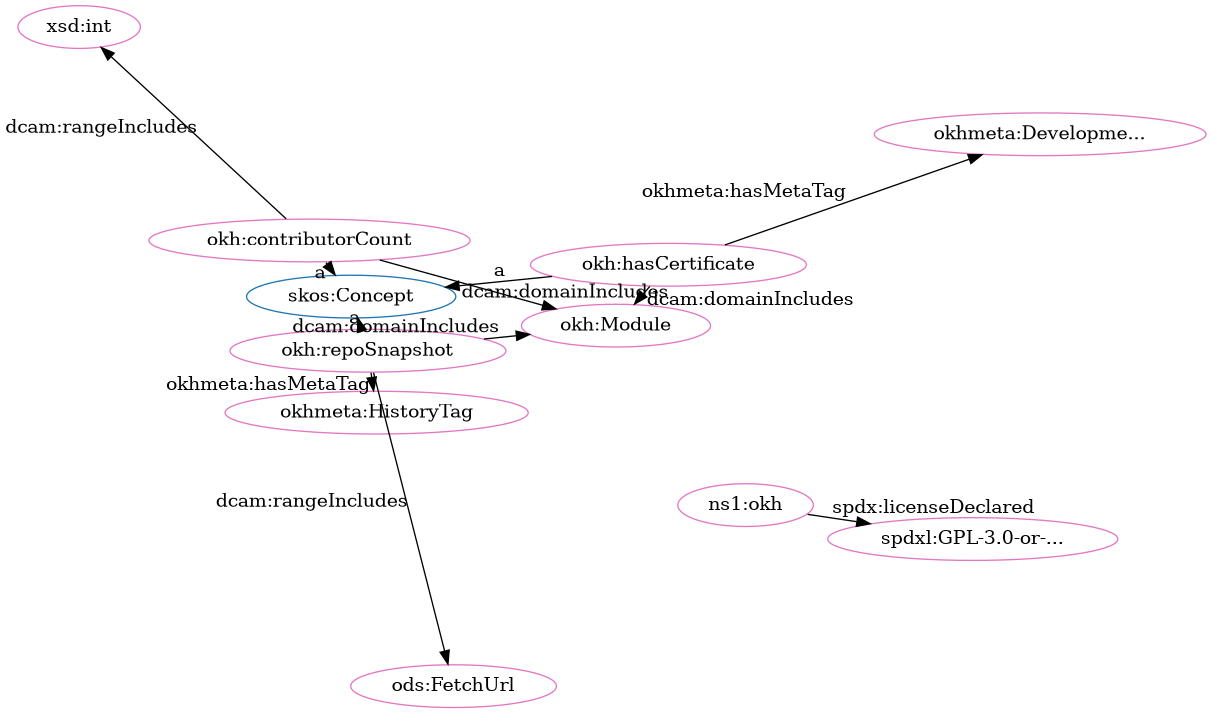
Earlier version of the Graphviz export src/spec/dot_okh_proposed-clean.png (iop-alliance/OpenKnowHow). Its source is kept beside it as src/spec/dot_okh_proposed-clean.dot.
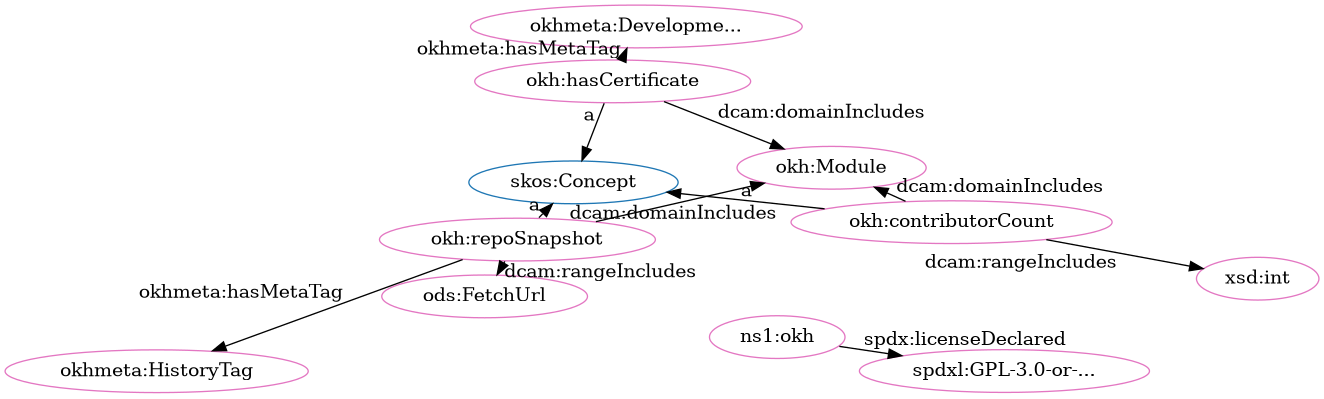
The same file after the commit.

What changed in the source:
```diff
@@ -2,25 +2,25 @@
   rankdir=BT
   node[height=.3]
 "http://www.w3.org/2004/02/skos/core#Concept" [fillcolor="#1f77b4" color="#1f77b4" label="skos:Concept"]
+"http://w3id.org/oseg/ont/okh#Module" [fillcolor="#e377c2" color="#e377c2" label="okh:Module"]
+"http://w3id.org/oseg/ont/okh" [fillcolor="#e377c2" color="#e377c2" label="ns1:okh"]
+"http://spdx.org/licenses/GPL-3.0-or-later" [fillcolor="#e377c2" color="#e377c2" label="spdxl:GPL-3.0-or-..."]
+"http://w3id.org/oseg/ont/ods#FetchUrl" [fillcolor="#e377c2" color="#e377c2" label="ods:FetchUrl"]
+"http://w3id.org/oseg/ont/okh#hasCertificate" [fillcolor="#e377c2" color="#e377c2" label="okh:hasCertificate"]
 "http://w3id.org/oseg/ont/okhmeta#DevelopmentTag" [fillcolor="#e377c2" color="#e377c2" label="okhmeta:Developme..."]
 "http://w3id.org/oseg/ont/okh#repoSnapshot" [fillcolor="#e377c2" color="#e377c2" label="okh:repoSnapshot"]
-"http://w3id.org/oseg/ont/okh#Module" [fillcolor="#e377c2" color="#e377c2" label="okh:Module"]
-"http://w3id.org/oseg/ont/okh#hasCertificate" [fillcolor="#e377c2" color="#e377c2" label="okh:hasCertificate"]
+"http://w3id.org/oseg/ont/okhmeta#HistoryTag" [fillcolor="#e377c2" color="#e377c2" label="okhmeta:HistoryTag"]
+"http://www.w3.org/2001/XMLSchema#int" [fillcolor="#e377c2" color="#e377c2" label="xsd:int"]
 "http://w3id.org/oseg/ont/okh#contributorCount" [fillcolor="#e377c2" color="#e377c2" label="okh:contributorCount"]
-"http://w3id.org/oseg/ont/okh" [fillcolor="#e377c2" color="#e377c2" label="ns1:okh"]
-"http://w3id.org/oseg/ont/okhmeta#HistoryTag" [fillcolor="#e377c2" color="#e377c2" label="okhmeta:HistoryTag"]
-"http://w3id.org/oseg/ont/ods#FetchUrl" [fillcolor="#e377c2" color="#e377c2" label="ods:FetchUrl"]
-"http://spdx.org/licenses/GPL-3.0-or-later" [fillcolor="#e377c2" color="#e377c2" label="spdxl:GPL-3.0-or-..."]
-"http://www.w3.org/2001/XMLSchema#int" [fillcolor="#e377c2" color="#e377c2" label="xsd:int"]
+  "http://w3id.org/oseg/ont/okh" -> "http://spdx.org/licenses/GPL-3.0-or-later" [label="spdx:licenseDeclared"]
   "http://w3id.org/oseg/ont/okh#repoSnapshot" -> "http://w3id.org/oseg/ont/ods#FetchUrl" [label="dcam:rangeIncludes"]
-  "http://w3id.org/oseg/ont/okh" -> "http://spdx.org/licenses/GPL-3.0-or-later" [label="spdx:licenseDeclared"]
-  "http://w3id.org/oseg/ont/okh#contributorCount" -> "http://www.w3.org/2004/02/skos/core#Concept" [label="a"]
-  "http://w3id.org/oseg/ont/okh#hasCertificate" -> "http://w3id.org/oseg/ont/okhmeta#DevelopmentTag" [label="okhmeta:hasMetaTag"]
-  "http://w3id.org/oseg/ont/okh#contributorCount" -> "http://w3id.org/oseg/ont/okh#Module" [label="dcam:domainIncludes"]
   "http://w3id.org/oseg/ont/okh#hasCertificate" -> "http://www.w3.org/2004/02/skos/core#Concept" [label="a"]
   "http://w3id.org/oseg/ont/okh#repoSnapshot" -> "http://www.w3.org/2004/02/skos/core#Concept" [label="a"]
-  "http://w3id.org/oseg/ont/okh#hasCertificate" -> "http://w3id.org/oseg/ont/okh#Module" [label="dcam:domainIncludes"]
-  "http://w3id.org/oseg/ont/okh#repoSnapshot" -> "http://w3id.org/oseg/ont/okh#Module" [label="dcam:domainIncludes"]
   "http://w3id.org/oseg/ont/okh#repoSnapshot" -> "http://w3id.org/oseg/ont/okhmeta#HistoryTag" [label="okhmeta:hasMetaTag"]
   "http://w3id.org/oseg/ont/okh#contributorCount" -> "http://www.w3.org/2001/XMLSchema#int" [label="dcam:rangeIncludes"]
+  "http://w3id.org/oseg/ont/okh#contributorCount" -> "http://www.w3.org/2004/02/skos/core#Concept" [label="a"]
+  "http://w3id.org/oseg/ont/okh#hasCertificate" -> "http://w3id.org/oseg/ont/okh#Module" [label="dcam:domainIncludes"]
+  "http://w3id.org/oseg/ont/okh#hasCertificate" -> "http://w3id.org/oseg/ont/okhmeta#DevelopmentTag" [label="okhmeta:hasMetaTag"]
+  "http://w3id.org/oseg/ont/okh#repoSnapshot" -> "http://w3id.org/oseg/ont/okh#Module" [label="dcam:domainIncludes"]
+  "http://w3id.org/oseg/ont/okh#contributorCount" -> "http://w3id.org/oseg/ont/okh#Module" [label="dcam:domainIncludes"]
 }
```
